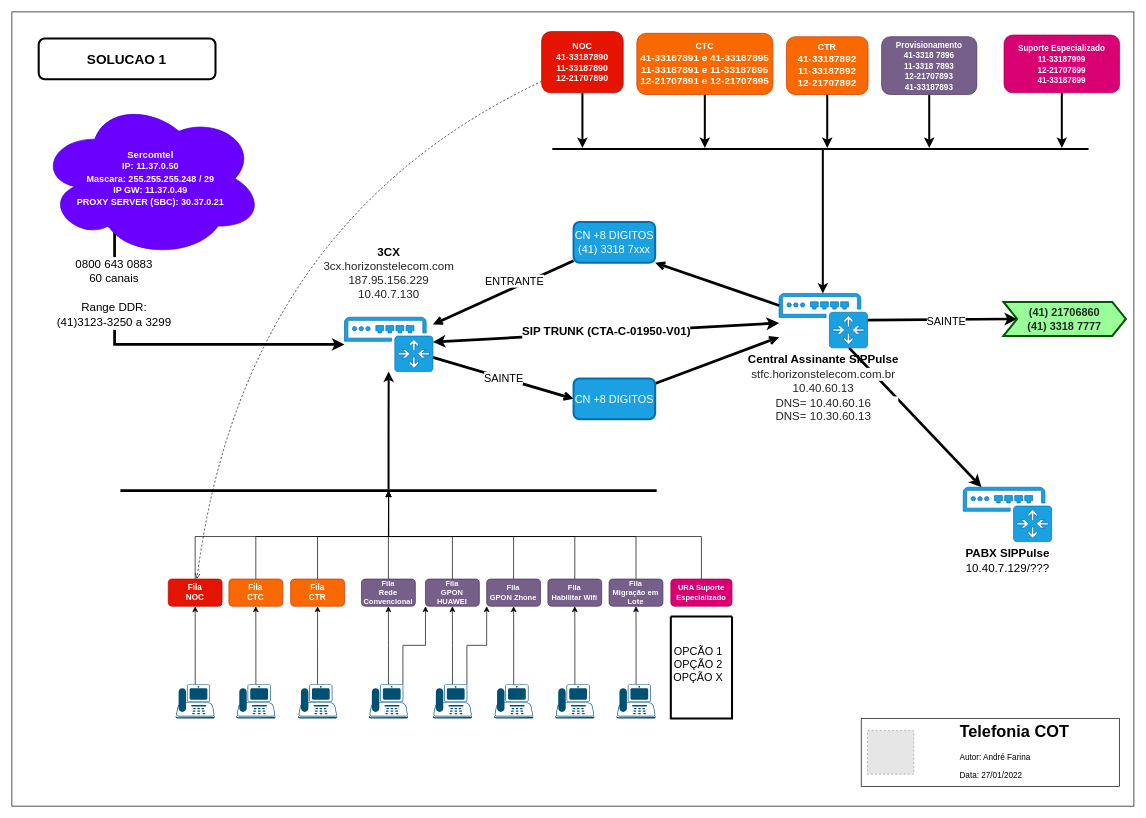
Before: page "Page-1" (1 of 5) of 3CX.drawio in anlugifa/drawio, a draw.io diagram. Source tidied: cells renumbered, new cells numbered last; positions are measured from the earlier drawing's top-left corner, leaving out a move shared by most shapes. Both pictures are drawn from the tidied source at 68%, with x=0, y=0 at pixel (12, 12). Pictures stored in the file or linked from it are replaced by grey dashed boxes.
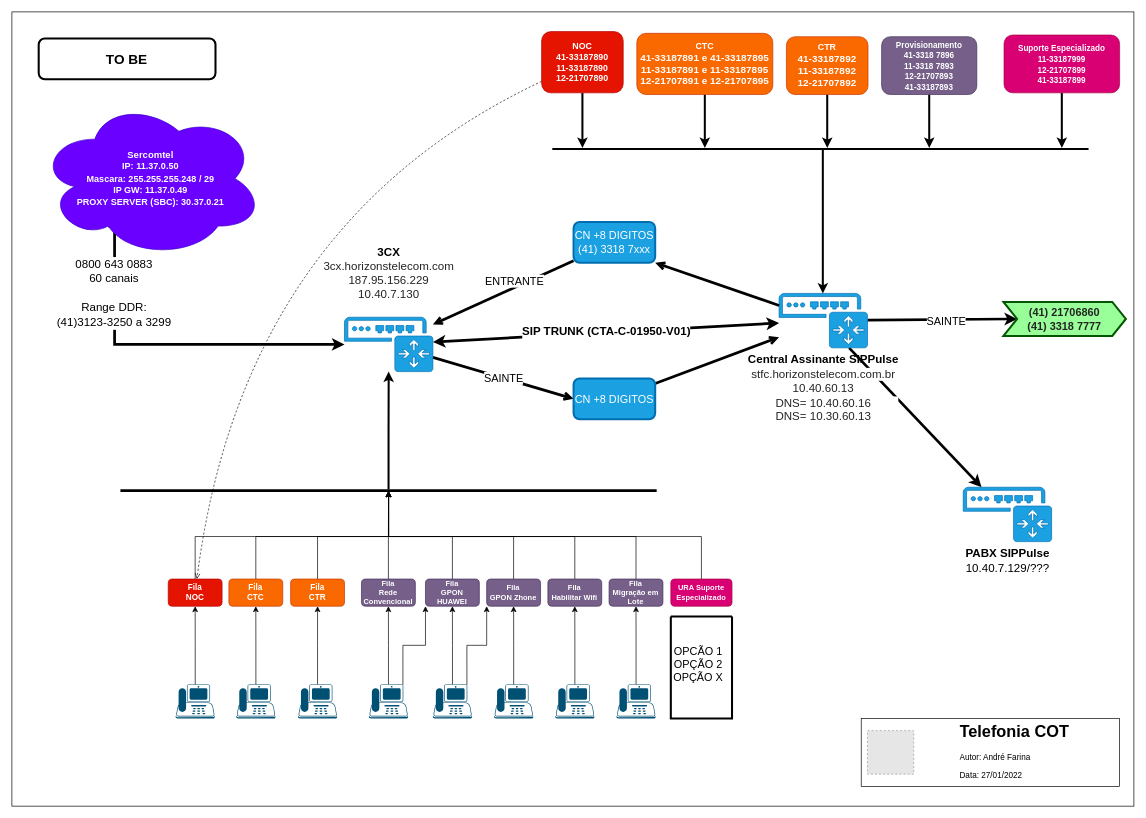
After the change.

Diff of the diagram source:
```diff
@@
-    <mxCell id="62" value="SOLUCAO 1" style="rounded=1;whiteSpace=wrap;html=1;fontFamily=Helvetica;fontSize=20;strokeWidth=3;fontStyle=1;" parent="1" vertex="1">
+    <mxCell id="62" value="TO BE" style="rounded=1;whiteSpace=wrap;html=1;fontFamily=Helvetica;fontSize=20;strokeWidth=3;fontStyle=1;" parent="1" vertex="1">
       <mxGeometry x="39.4" y="39" width="260" height="60" as="geometry" />
     </mxCell>
```
